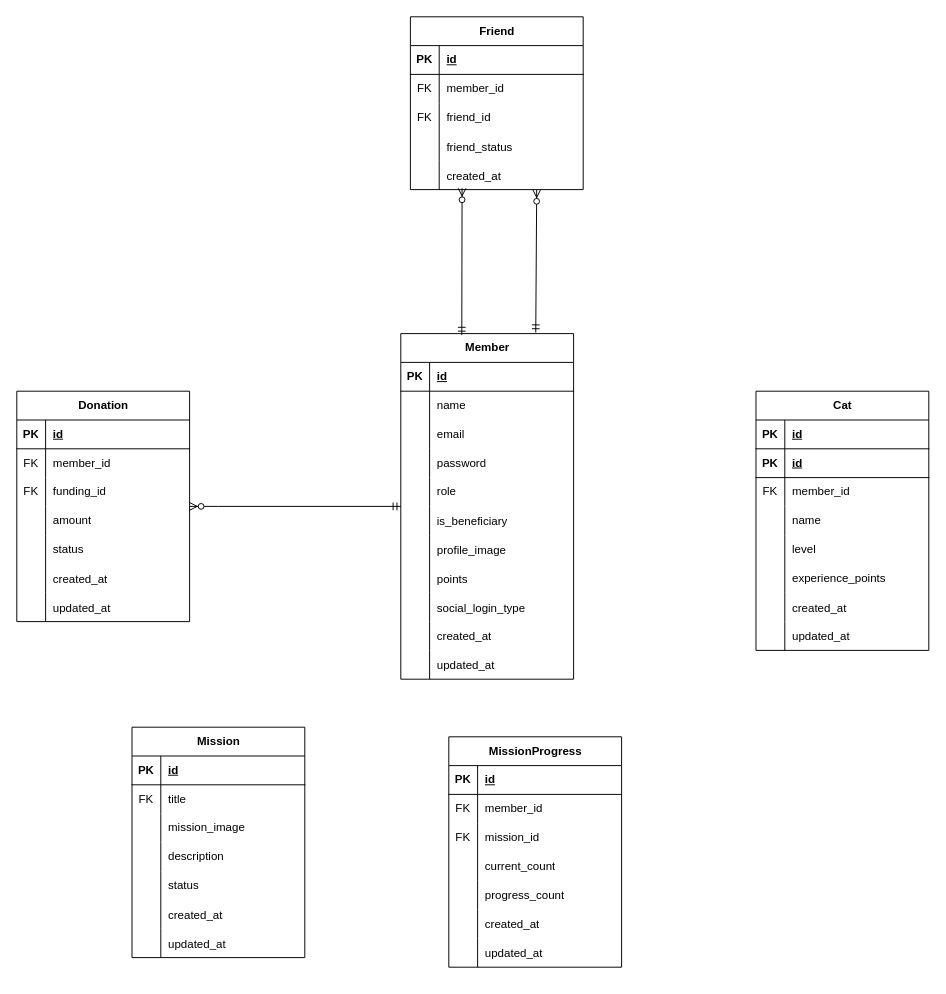
Before: ChaeumERD.drawio in 2025-Advanced-Capstone-Chaeum/ERD, a draw.io diagram. Source tidied: cells renumbered, new cells numbered last; positions are measured from the earlier drawing's top-left corner, leaving out a move shared by most shapes. Both pictures are drawn from the tidied source at 96%, with x=0, y=0 at pixel (16, 16).
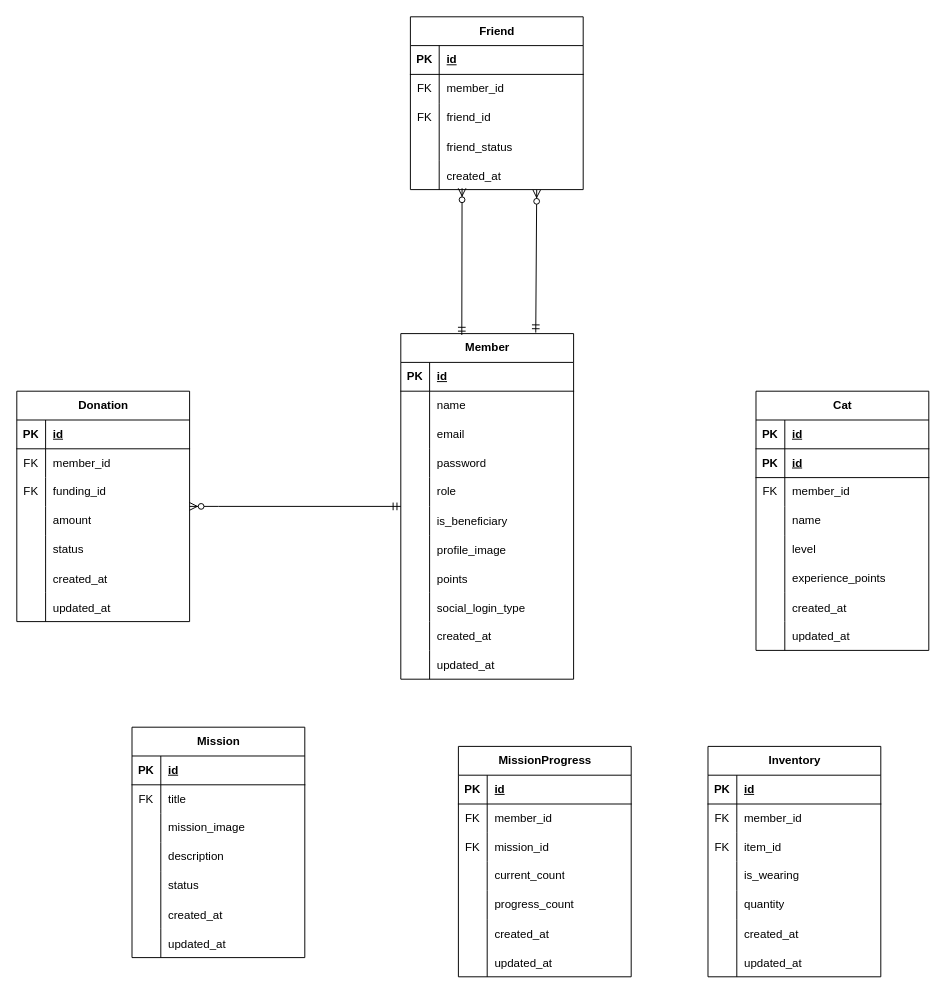
Above is the later version.

Commit message:
docs(ERD): Inventory 테이블 생성

Unchanged cells that the change refers to:
```xml
<mxCell id="132" style="shape=tableRow;horizontal=0;startSize=0;swimlaneHead=0;swimlaneBody=0;fillColor=none;top=0;left=0;right=0;bottom=0;" parent="125" vertex="1">
  <mxGeometry y="90" width="180" height="30" as="geometry" />
</mxCell>
<mxCell id="135" style="shape=tableRow;horizontal=0;startSize=0;swimlaneHead=0;swimlaneBody=0;fillColor=none;top=0;left=0;right=0;bottom=0;" parent="125" vertex="1">
  <mxGeometry y="120" width="180" height="30" as="geometry" />
</mxCell>
<mxCell id="138" style="shape=tableRow;horizontal=0;startSize=0;swimlaneHead=0;swimlaneBody=0;fillColor=none;top=0;left=0;right=0;bottom=0;" parent="125" vertex="1">
  <mxGeometry y="150" width="180" height="30" as="geometry" />
</mxCell>
```

What changed in the source:
```diff
@@
-    <mxCell id="125" value="MissionProgress" style="shape=table;startSize=30;childLayout=tableLayout;rowLines=0;fontStyle=1;align=center;html=1;" parent="1" vertex="1">
-      <mxGeometry x="450" y="750" width="180" height="240" as="geometry" />
+    <mxCell id="125" value="Inventory" style="shape=table;startSize=30;childLayout=tableLayout;rowLines=0;fontStyle=1;align=center;html=1;" parent="1" vertex="1">
+      <mxGeometry x="720" y="760" width="180" height="240" as="geometry" />
     </mxCell>
@@
-    <mxCell id="134" value="mission_id" style="shape=partialRectangle;fillColor=none;top=0;left=0;bottom=0;right=0;align=left;spacingLeft=6;overflow=hidden;whiteSpace=wrap;html=1;" parent="132" vertex="1">
+    <mxCell id="134" value="item_id" style="shape=partialRectangle;fillColor=none;top=0;left=0;bottom=0;right=0;align=left;spacingLeft=6;overflow=hidden;whiteSpace=wrap;html=1;" parent="132" vertex="1">
       <mxGeometry x="30" width="150" height="30" as="geometry" />
     </mxCell>
@@
-    <mxCell id="137" value="current_count" style="shape=partialRectangle;fillColor=none;top=0;left=0;bottom=0;right=0;align=left;spacingLeft=6;overflow=hidden;whiteSpace=wrap;html=1;" parent="135" vertex="1">
+    <mxCell id="137" value="is_wearing" style="shape=partialRectangle;fillColor=none;top=0;left=0;bottom=0;right=0;align=left;spacingLeft=6;overflow=hidden;whiteSpace=wrap;html=1;" parent="135" vertex="1">
       <mxGeometry x="30" width="150" height="30" as="geometry" />
     </mxCell>
@@
-    <mxCell id="140" value="progress_count" style="shape=partialRectangle;fillColor=none;top=0;left=0;bottom=0;right=0;align=left;spacingLeft=6;overflow=hidden;whiteSpace=wrap;html=1;" parent="138" vertex="1">
+    <mxCell id="140" value="quantity" style="shape=partialRectangle;fillColor=none;top=0;left=0;bottom=0;right=0;align=left;spacingLeft=6;overflow=hidden;whiteSpace=wrap;html=1;" parent="138" vertex="1">
       <mxGeometry x="30" width="150" height="30" as="geometry" />
     </mxCell>
@@
+    <mxCell id="147" value="MissionProgress" style="shape=table;startSize=30;childLayout=tableLayout;rowLines=0;fontStyle=1;align=center;html=1;" parent="1" vertex="1">
+      <mxGeometry x="460" y="760" width="180" height="240" as="geometry" />
+    </mxCell>
+    <mxCell id="148" style="shape=tableRow;horizontal=0;startSize=0;swimlaneHead=0;swimlaneBody=0;fillColor=none;top=0;left=0;right=0;bottom=1;" parent="147" vertex="1">
+      <mxGeometry y="30" width="180" height="30" as="geometry" />
+    </mxCell>
+    <mxCell id="149" value="PK" style="shape=partialRectangle;fillColor=none;top=0;left=0;bottom=0;right=0;fontStyle=1;overflow=hidden;whiteSpace=wrap;html=1;" parent="148" vertex="1">
+      <mxGeometry width="30" height="30" as="geometry" />
+    </mxCell>
+    <mxCell id="150" value="id" style="shape=partialRectangle;fillColor=none;top=0;left=0;bottom=0;right=0;align=left;spacingLeft=6;fontStyle=5;overflow=hidden;whiteSpace=wrap;html=1;" parent="148" vertex="1">
+      <mxGeometry x="30" width="150" height="30" as="geometry" />
+    </mxCell>
+    <mxCell id="151" style="shape=tableRow;horizontal=0;startSize=0;swimlaneHead=0;swimlaneBody=0;fillColor=none;top=0;left=0;right=0;bottom=0;" parent="147" vertex="1">
+      <mxGeometry y="60" width="180" height="30" as="geometry" />
+    </mxCell>
+    <mxCell id="152" value="FK" style="shape=partialRectangle;fillColor=none;top=0;left=0;bottom=0;right=0;overflow=hidden;whiteSpace=wrap;html=1;" parent="151" vertex="1">
+      <mxGeometry width="30" height="30" as="geometry" />
+    </mxCell>
+    <mxCell id="153" value="member_id" style="shape=partialRectangle;fillColor=none;top=0;left=0;bottom=0;right=0;align=left;spacingLeft=6;overflow=hidden;whiteSpace=wrap;html=1;" parent="151" vertex="1">
+      <mxGeometry x="30" width="150" height="30" as="geometry" />
+    </mxCell>
+    <mxCell id="154" style="shape=tableRow;horizontal=0;startSize=0;swimlaneHead=0;swimlaneBody=0;fillColor=none;top=0;left=0;right=0;bottom=0;" parent="147" vertex="1">
+      <mxGeometry y="90" width="180" height="30" as="geometry" />
+    </mxCell>
+    <mxCell id="155" value="FK" style="shape=partialRectangle;fillColor=none;top=0;left=0;bottom=0;right=0;overflow=hidden;whiteSpace=wrap;html=1;" parent="154" vertex="1">
+      <mxGeometry width="30" height="30" as="geometry" />
+    </mxCell>
+    <mxCell id="156" value="mission_id" style="shape=partialRectangle;fillColor=none;top=0;left=0;bottom=0;right=0;align=left;spacingLeft=6;overflow=hidden;whiteSpace=wrap;html=1;" parent="154" vertex="1">
+      <mxGeometry x="30" width="150" height="30" as="geometry" />
+    </mxCell>
+    <mxCell id="157" style="shape=tableRow;horizontal=0;startSize=0;swimlaneHead=0;swimlaneBody=0;fillColor=none;top=0;left=0;right=0;bottom=0;" parent="147" vertex="1">
+      <mxGeometry y="120" width="180" height="30" as="geometry" />
+    </mxCell>
+    <mxCell id="158" style="shape=partialRectangle;fillColor=none;top=0;left=0;bottom=0;right=0;overflow=hidden;whiteSpace=wrap;html=1;" parent="157" vertex="1">
+      <mxGeometry width="30" height="30" as="geometry" />
+    </mxCell>
+    <mxCell id="159" value="current_count" style="shape=partialRectangle;fillColor=none;top=0;left=0;bottom=0;right=0;align=left;spacingLeft=6;overflow=hidden;whiteSpace=wrap;html=1;" parent="157" vertex="1">
+      <mxGeometry x="30" width="150" height="30" as="geometry" />
+    </mxCell>
+    <mxCell id="160" style="shape=tableRow;horizontal=0;startSize=0;swimlaneHead=0;swimlaneBody=0;fillColor=none;top=0;left=0;right=0;bottom=0;" parent="147" vertex="1">
+      <mxGeometry y="150" width="180" height="30" as="geometry" />
+    </mxCell>
+    <mxCell id="161" style="shape=partialRectangle;fillColor=none;top=0;left=0;bottom=0;right=0;overflow=hidden;whiteSpace=wrap;html=1;" parent="160" vertex="1">
+      <mxGeometry width="30" height="30" as="geometry" />
+    </mxCell>
+    <mxCell id="162" value="progress_count" style="shape=partialRectangle;fillColor=none;top=0;left=0;bottom=0;right=0;align=left;spacingLeft=6;overflow=hidden;whiteSpace=wrap;html=1;" parent="160" vertex="1">
+      <mxGeometry x="30" width="150" height="30" as="geometry" />
+    </mxCell>
+    <mxCell id="163" style="shape=tableRow;horizontal=0;startSize=0;swimlaneHead=0;swimlaneBody=0;fillColor=none;top=0;left=0;right=0;bottom=0;" parent="147" vertex="1">
+      <mxGeometry y="180" width="180" height="30" as="geometry" />
+    </mxCell>
+    <mxCell id="164" style="shape=partialRectangle;fillColor=none;top=0;left=0;bottom=0;right=0;overflow=hidden;" parent="163" vertex="1">
+      <mxGeometry width="30" height="30" as="geometry" />
+    </mxCell>
+    <mxCell id="165" value="created_at" style="shape=partialRectangle;fillColor=none;top=0;left=0;bottom=0;right=0;align=left;spacingLeft=6;overflow=hidden;" parent="163" vertex="1">
+      <mxGeometry x="30" width="150" height="30" as="geometry" />
+    </mxCell>
+    <mxCell id="166" style="shape=tableRow;horizontal=0;startSize=0;swimlaneHead=0;swimlaneBody=0;fillColor=none;top=0;left=0;right=0;bottom=0;" parent="147" vertex="1">
+      <mxGeometry y="210" width="180" height="30" as="geometry" />
+    </mxCell>
+    <mxCell id="167" style="shape=partialRectangle;fillColor=none;top=0;left=0;bottom=0;right=0;overflow=hidden;" parent="166" vertex="1">
+      <mxGeometry width="30" height="30" as="geometry" />
+    </mxCell>
+    <mxCell id="168" value="updated_at" style="shape=partialRectangle;fillColor=none;top=0;left=0;bottom=0;right=0;align=left;spacingLeft=6;overflow=hidden;" parent="166" vertex="1">
+      <mxGeometry x="30" width="150" height="30" as="geometry" />
+    </mxCell>
```
